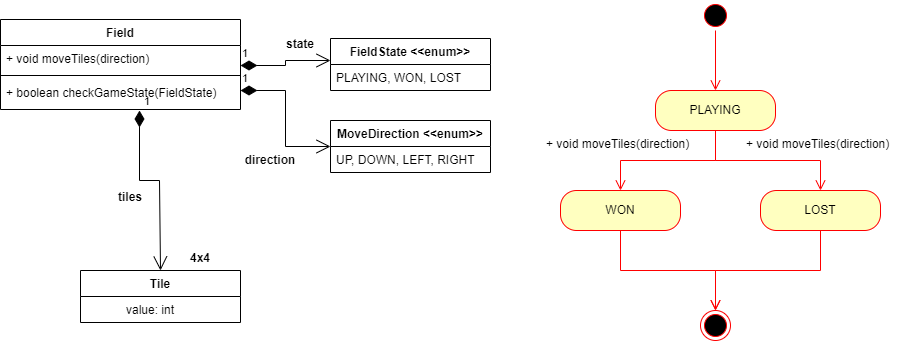
Above: diagram.png in Olbee/1024-spring-java-game (draw.io), before the change. Source tidied: cells renumbered, new cells last; positions are measured from the earlier drawing's top-left corner, leaving out a move shared by most shapes.
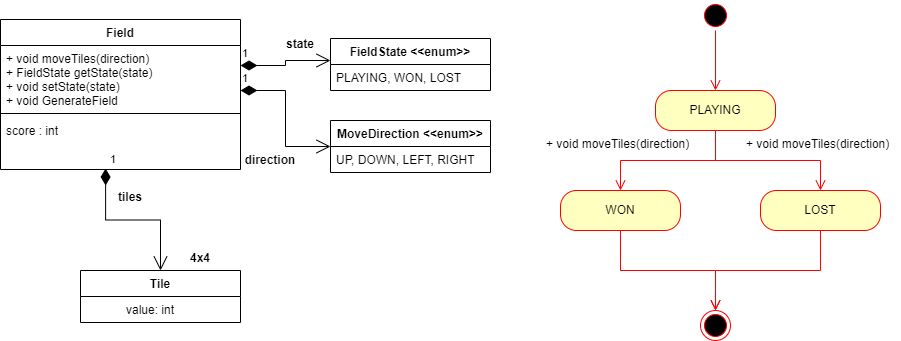
After the change.

The edit, as a diff of the source:
```diff
@@ -8,16 +8,6 @@
     <mxCell id="3" value="            value:  int&#10;&#10;" style="text;strokeColor=none;fillColor=none;align=left;verticalAlign=top;spacingLeft=4;spacingRight=4;overflow=hidden;" parent="2" vertex="1">
       <mxGeometry y="26" width="160" height="26" as="geometry" />
     </mxCell>
-    <mxCell id="4" value="1" style="endArrow=open;html=1;endSize=12;startArrow=diamondThin;startSize=14;startFill=1;edgeStyle=orthogonalEdgeStyle;align=left;verticalAlign=bottom;rounded=0;entryX=0.5;entryY=0;entryDx=0;entryDy=0;" parent="1" edge="1" target="2">
-      <mxGeometry x="-1" y="3" relative="1" as="geometry">
-        <mxPoint x="139" y="110" as="sourcePoint" />
-        <Array as="points">
-          <mxPoint x="139" y="180" />
-          <mxPoint x="159" y="180" />
-          <mxPoint x="159" y="270" />
-        </Array>
-      </mxGeometry>
-    </mxCell>
     <mxCell id="5" value="4x4" style="text;align=center;fontStyle=1;verticalAlign=middle;spacingLeft=3;spacingRight=3;strokeColor=none;" parent="1" vertex="1">
       <mxGeometry x="160" y="244" width="80" height="26" as="geometry" />
     </mxCell>
@@ -107,16 +97,19 @@
       <mxGeometry x="230" y="146" width="80" height="26" as="geometry" />
     </mxCell>
     <mxCell id="27" value="Field" style="swimlane;fontStyle=1;align=center;verticalAlign=top;horizontal=1;startSize=26;" parent="1" vertex="1">
-      <mxGeometry y="19" width="240" height="90" as="geometry" />
+      <mxGeometry y="19" width="240" height="150" as="geometry" />
     </mxCell>
-    <mxCell id="28" value="+ void moveTiles(direction)" style="text;strokeColor=none;fillColor=none;align=left;verticalAlign=top;spacingLeft=4;spacingRight=4;overflow=hidden;" parent="27" vertex="1">
-      <mxGeometry y="26" width="240" height="26" as="geometry" />
+    <mxCell id="28" value="+ void moveTiles(direction)&#10;+ FieldState getState(state)&#10;+ void setState(state)&#10;+ void GenerateField" style="text;strokeColor=none;fillColor=none;align=left;verticalAlign=top;spacingLeft=4;spacingRight=4;overflow=hidden;" parent="27" vertex="1">
+      <mxGeometry y="26" width="240" height="64" as="geometry" />
     </mxCell>
     <mxCell id="29" style="line;strokeWidth=1;fillColor=none;align=left;verticalAlign=middle;spacingTop=-1;spacingLeft=3;spacingRight=3;labelPosition=right;" parent="27" vertex="1">
-      <mxGeometry y="52" width="240" height="8" as="geometry" />
+      <mxGeometry y="90" width="240" height="8" as="geometry" />
     </mxCell>
-    <mxCell id="30" value="+ boolean checkGameState(FieldState)&#10;" style="text;strokeColor=none;fillColor=none;align=left;verticalAlign=top;spacingLeft=4;spacingRight=4;overflow=hidden;points=[[0,0.5],[1,0.5]];portConstraint=eastwest;" parent="27" vertex="1">
-      <mxGeometry y="60" width="240" height="30" as="geometry" />
+    <mxCell id="30" value="score : int&#10;" style="text;strokeColor=none;fillColor=none;align=left;verticalAlign=top;spacingLeft=4;spacingRight=4;overflow=hidden;points=[[0,0.5],[1,0.5]];portConstraint=eastwest;" parent="27" vertex="1">
+      <mxGeometry y="98" width="240" height="52" as="geometry" />
     </mxCell>
+    <mxCell id="4" value="1" style="endArrow=open;html=1;endSize=12;startArrow=diamondThin;startSize=14;startFill=1;edgeStyle=orthogonalEdgeStyle;align=left;verticalAlign=bottom;rounded=0;exitX=0.438;exitY=0.981;exitDx=0;exitDy=0;exitPerimeter=0;entryX=0.5;entryY=0;entryDx=0;entryDy=0;" parent="1" edge="1" source="30" target="2">
+      <mxGeometry x="-1" y="3" relative="1" as="geometry" />
+    </mxCell>
   </root>
 </mxGraphModel>
```
